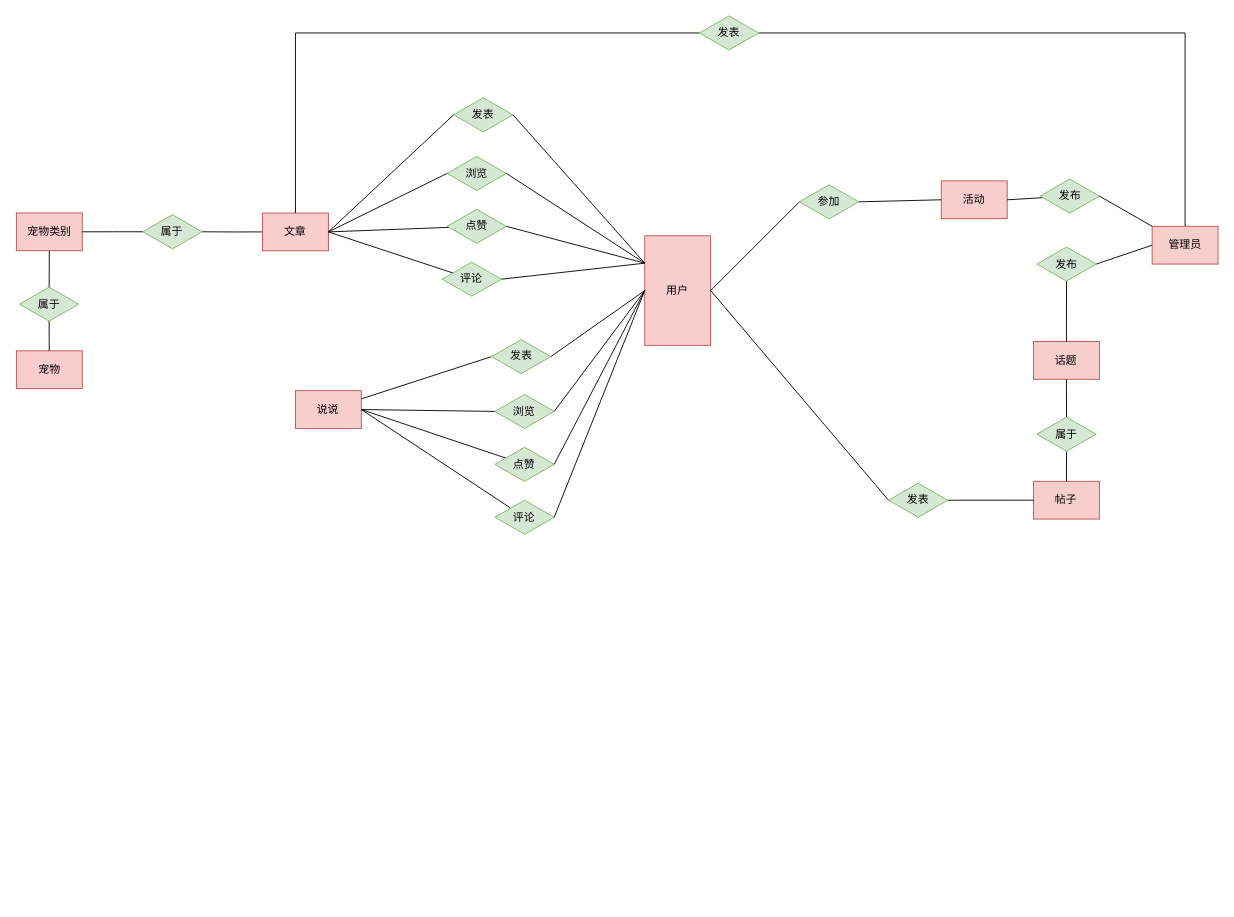
JMHello/draw keeps this draw.io diagram as pet-ER图总图.drawio. Above is the earlier version. Source tidied: cells renumbered, new cells numbered last; positions are measured from the earlier drawing's top-left corner, leaving out a move shared by most shapes. Both pictures are drawn from the tidied source at 91%, with x=0, y=0 at pixel (16, 15).
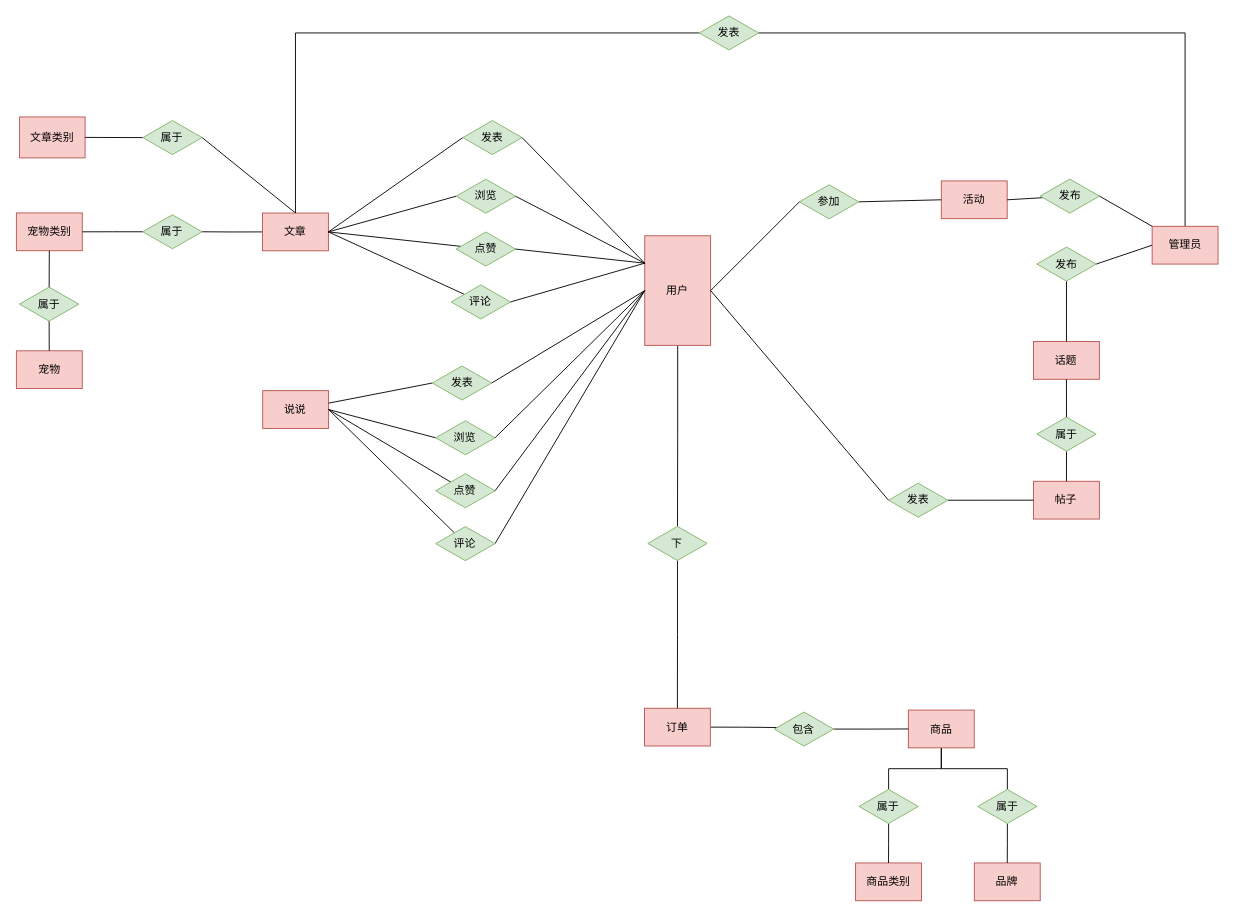
After the change.

The change refers to these unchanged cells:
```xml
<mxCell id="2" value="用户" style="rounded=0;whiteSpace=wrap;html=1;fillColor=#f8cecc;strokeColor=#b85450;fontSize=12;" parent="1" vertex="1">
  <mxGeometry x="690" y="241.6" width="72.4" height="120.4" as="geometry" />
</mxCell>
<mxCell id="6" value="文章" style="rounded=0;whiteSpace=wrap;html=1;fillColor=#f8cecc;strokeColor=#b85450;fontSize=12;" parent="1" vertex="1">
  <mxGeometry x="270" y="216.6" width="72.4" height="41.5" as="geometry" />
</mxCell>
```

The edit, as a diff of the source:
```diff
@@
+    <mxCell id="61" style="edgeStyle=orthogonalEdgeStyle;rounded=0;jettySize=auto;html=1;exitX=0.5;exitY=1;exitDx=0;exitDy=0;entryX=0.5;entryY=0;entryDx=0;entryDy=0;endArrow=none;endFill=0;fontSize=12;" parent="1" edge="1" source="2" target="69">
+      <mxGeometry relative="1" as="geometry" />
+    </mxCell>
@@
+    <mxCell id="62" style="rounded=0;jettySize=auto;html=1;exitX=0.5;exitY=0;exitDx=0;exitDy=0;entryX=1;entryY=0.5;entryDx=0;entryDy=0;endArrow=none;endFill=0;fontSize=12;" parent="1" edge="1" source="6" target="80">
+      <mxGeometry relative="1" as="geometry" />
+    </mxCell>
@@
     <mxCell id="8" value="说说" style="rounded=0;whiteSpace=wrap;html=1;fillColor=#f8cecc;strokeColor=#b85450;fontSize=12;" parent="1" vertex="1">
-      <mxGeometry x="306.2" y="411.8" width="72.4" height="41.5" as="geometry" />
+      <mxGeometry x="270.2" y="411.8" width="72.4" height="41.5" as="geometry" />
     </mxCell>
@@
     <mxCell id="11" value="发表" style="rhombus;whiteSpace=wrap;html=1;fontSize=12;fillColor=#d5e8d4;strokeColor=#82b366;" parent="1" vertex="1">
-      <mxGeometry x="480" y="90" width="65.2" height="37.4" as="geometry" />
+      <mxGeometry x="490" y="115" width="65.2" height="37.4" as="geometry" />
     </mxCell>
@@
     <mxCell id="14" value="发表" style="rhombus;whiteSpace=wrap;html=1;fontSize=12;fillColor=#d5e8d4;strokeColor=#82b366;" parent="1" vertex="1">
-      <mxGeometry x="521.6" y="355.7" width="65.2" height="37.4" as="geometry" />
+      <mxGeometry x="456.6" y="384.7" width="65.2" height="37.4" as="geometry" />
     </mxCell>
@@
     <mxCell id="33" value="浏览" style="rhombus;whiteSpace=wrap;html=1;fontSize=12;fillColor=#d5e8d4;strokeColor=#82b366;" parent="1" vertex="1">
-      <mxGeometry x="525.3" y="415.9" width="65.2" height="37.4" as="geometry" />
+      <mxGeometry x="460.3" y="444.9" width="65.2" height="37.4" as="geometry" />
     </mxCell>
@@
     <mxCell id="36" value="点赞" style="rhombus;whiteSpace=wrap;html=1;fontSize=12;fillColor=#d5e8d4;strokeColor=#82b366;" parent="1" vertex="1">
-      <mxGeometry x="525.3" y="474.1" width="65.2" height="37.4" as="geometry" />
+      <mxGeometry x="460.3" y="503.1" width="65.2" height="37.4" as="geometry" />
     </mxCell>
@@
     <mxCell id="40" value="评论" style="rhombus;whiteSpace=wrap;html=1;fontSize=12;fillColor=#d5e8d4;strokeColor=#82b366;" parent="1" vertex="1">
-      <mxGeometry x="525.3" y="532.2" width="65.2" height="37.4" as="geometry" />
+      <mxGeometry x="460.3" y="561.2" width="65.2" height="37.4" as="geometry" />
     </mxCell>
@@
     <mxCell id="43" value="浏览" style="rhombus;whiteSpace=wrap;html=1;fontSize=12;fillColor=#d5e8d4;strokeColor=#82b366;" parent="1" vertex="1">
-      <mxGeometry x="472.8" y="154.4" width="65.2" height="37.4" as="geometry" />
+      <mxGeometry x="482.8" y="179.4" width="65.2" height="37.4" as="geometry" />
     </mxCell>
@@
     <mxCell id="46" value="点赞" style="rhombus;whiteSpace=wrap;html=1;fontSize=12;fillColor=#d5e8d4;strokeColor=#82b366;" parent="1" vertex="1">
-      <mxGeometry x="472.8" y="212.5" width="65.2" height="37.4" as="geometry" />
+      <mxGeometry x="482.8" y="237.5" width="65.2" height="37.4" as="geometry" />
     </mxCell>
@@
     <mxCell id="49" value="评论" style="rhombus;whiteSpace=wrap;html=1;fontSize=12;fillColor=#d5e8d4;strokeColor=#82b366;" parent="1" vertex="1">
-      <mxGeometry x="467.3" y="270.6" width="65.2" height="37.4" as="geometry" />
+      <mxGeometry x="477.3" y="295.6" width="65.2" height="37.4" as="geometry" />
     </mxCell>
@@
+    <mxCell id="63" style="edgeStyle=orthogonalEdgeStyle;rounded=0;jettySize=auto;html=1;exitX=1;exitY=0.5;exitDx=0;exitDy=0;entryX=0.116;entryY=0.455;entryDx=0;entryDy=0;entryPerimeter=0;endArrow=none;endFill=0;fontSize=12;" parent="1" edge="1" source="64" target="77">
+      <mxGeometry relative="1" as="geometry" />
+    </mxCell>
+    <mxCell id="64" value="订单" style="rounded=0;whiteSpace=wrap;html=1;fillColor=#f8cecc;strokeColor=#b85450;fontSize=12;" parent="1" vertex="1">
+      <mxGeometry x="689.7" y="760.8" width="72.4" height="41.5" as="geometry" />
+    </mxCell>
+    <mxCell id="65" style="edgeStyle=orthogonalEdgeStyle;rounded=0;jettySize=auto;html=1;exitX=0.5;exitY=1;exitDx=0;exitDy=0;entryX=0.5;entryY=0;entryDx=0;entryDy=0;endArrow=none;endFill=0;fontSize=12;" parent="1" edge="1" source="67" target="73">
+      <mxGeometry relative="1" as="geometry" />
+    </mxCell>
+    <mxCell id="66" style="edgeStyle=orthogonalEdgeStyle;rounded=0;jettySize=auto;html=1;exitX=0.5;exitY=1;exitDx=0;exitDy=0;entryX=0.5;entryY=0;entryDx=0;entryDy=0;endArrow=none;endFill=0;fontSize=12;" parent="1" edge="1" source="67" target="75">
+      <mxGeometry relative="1" as="geometry" />
+    </mxCell>
+    <mxCell id="67" value="商品" style="rounded=0;whiteSpace=wrap;html=1;fillColor=#f8cecc;strokeColor=#b85450;fontSize=12;" parent="1" vertex="1">
+      <mxGeometry x="979.7" y="762.8" width="72.4" height="41.5" as="geometry" />
+    </mxCell>
+    <mxCell id="68" style="edgeStyle=orthogonalEdgeStyle;rounded=0;jettySize=auto;html=1;exitX=0.5;exitY=1;exitDx=0;exitDy=0;endArrow=none;endFill=0;fontSize=12;" parent="1" edge="1" source="69" target="64">
+      <mxGeometry relative="1" as="geometry" />
+    </mxCell>
+    <mxCell id="69" value="下" style="rhombus;whiteSpace=wrap;html=1;fontSize=12;fillColor=#d5e8d4;strokeColor=#82b366;" parent="1" vertex="1">
+      <mxGeometry x="693.4" y="561" width="65.2" height="37.4" as="geometry" />
+    </mxCell>
+    <mxCell id="70" value="商品类别" style="rounded=0;whiteSpace=wrap;html=1;fillColor=#f8cecc;strokeColor=#b85450;fontSize=12;" parent="1" vertex="1">
+      <mxGeometry x="921.7" y="930.8" width="72.4" height="41.5" as="geometry" />
+    </mxCell>
+    <mxCell id="71" value="品牌" style="rounded=0;whiteSpace=wrap;html=1;fillColor=#f8cecc;strokeColor=#b85450;fontSize=12;" parent="1" vertex="1">
+      <mxGeometry x="1052.2" y="930.8" width="72.4" height="41.5" as="geometry" />
+    </mxCell>
+    <mxCell id="72" style="edgeStyle=orthogonalEdgeStyle;rounded=0;jettySize=auto;html=1;exitX=0.5;exitY=1;exitDx=0;exitDy=0;entryX=0.5;entryY=0;entryDx=0;entryDy=0;endArrow=none;endFill=0;fontSize=12;" parent="1" edge="1" source="73" target="70">
+      <mxGeometry relative="1" as="geometry" />
+    </mxCell>
+    <mxCell id="73" value="属于" style="rhombus;whiteSpace=wrap;html=1;fontSize=12;fillColor=#d5e8d4;strokeColor=#82b366;" parent="1" vertex="1">
+      <mxGeometry x="925.4" y="850" width="65.2" height="37.4" as="geometry" />
+    </mxCell>
+    <mxCell id="74" style="edgeStyle=orthogonalEdgeStyle;rounded=0;jettySize=auto;html=1;exitX=0.5;exitY=1;exitDx=0;exitDy=0;entryX=0.5;entryY=0;entryDx=0;entryDy=0;endArrow=none;endFill=0;fontSize=12;" parent="1" edge="1" source="75" target="71">
+      <mxGeometry relative="1" as="geometry" />
+    </mxCell>
+    <mxCell id="75" value="属于" style="rhombus;whiteSpace=wrap;html=1;fontSize=12;fillColor=#d5e8d4;strokeColor=#82b366;" parent="1" vertex="1">
+      <mxGeometry x="1055.9" y="850" width="65.2" height="37.4" as="geometry" />
+    </mxCell>
+    <mxCell id="76" style="edgeStyle=orthogonalEdgeStyle;rounded=0;jettySize=auto;html=1;exitX=1;exitY=0.5;exitDx=0;exitDy=0;entryX=0;entryY=0.5;entryDx=0;entryDy=0;endArrow=none;endFill=0;fontSize=12;" parent="1" edge="1" source="77" target="67">
+      <mxGeometry relative="1" as="geometry" />
+    </mxCell>
+    <mxCell id="77" value="包含" style="rhombus;whiteSpace=wrap;html=1;fontSize=12;fillColor=#d5e8d4;strokeColor=#82b366;" parent="1" vertex="1">
+      <mxGeometry x="832.4" y="765" width="65.2" height="37.4" as="geometry" />
+    </mxCell>
+    <mxCell id="78" value="文章类别" style="rounded=0;whiteSpace=wrap;html=1;fillColor=#f8cecc;strokeColor=#b85450;fontSize=12;" parent="1" vertex="1">
+      <mxGeometry x="3" y="111" width="72" height="45" as="geometry" />
+    </mxCell>
+    <mxCell id="79" style="edgeStyle=none;rounded=0;jettySize=auto;html=1;exitX=0;exitY=0.5;exitDx=0;exitDy=0;entryX=1;entryY=0.5;entryDx=0;entryDy=0;endArrow=none;endFill=0;fontSize=12;" parent="1" edge="1" source="80" target="78">
+      <mxGeometry relative="1" as="geometry" />
+    </mxCell>
+    <mxCell id="80" value="属于" style="rhombus;whiteSpace=wrap;html=1;fontSize=12;fillColor=#d5e8d4;strokeColor=#82b366;" parent="1" vertex="1">
+      <mxGeometry x="138.4" y="115" width="65.2" height="37.4" as="geometry" />
+    </mxCell>
```
